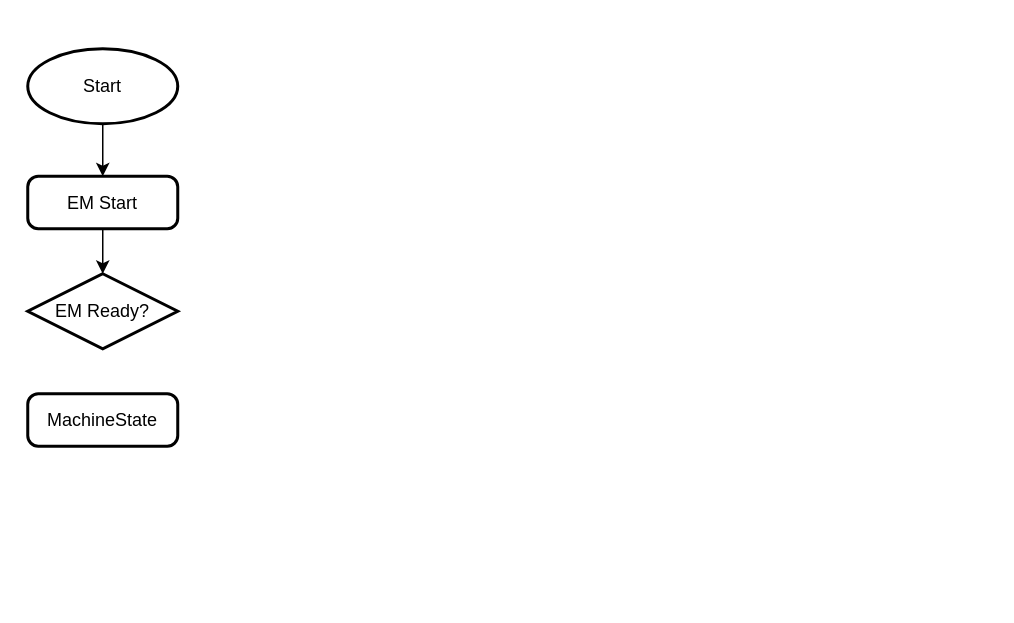
This is page "EM" (1 of 3) of AP.drawio from hehenihao/chart, a draw.io file, before an edit. Source tidied: cells renumbered, new cells numbered last; positions are measured from the earlier drawing's top-left corner, leaving out a move shared by most shapes. Both pictures are drawn from the tidied source at 150%, with x=0, y=0 at pixel (27, 48).
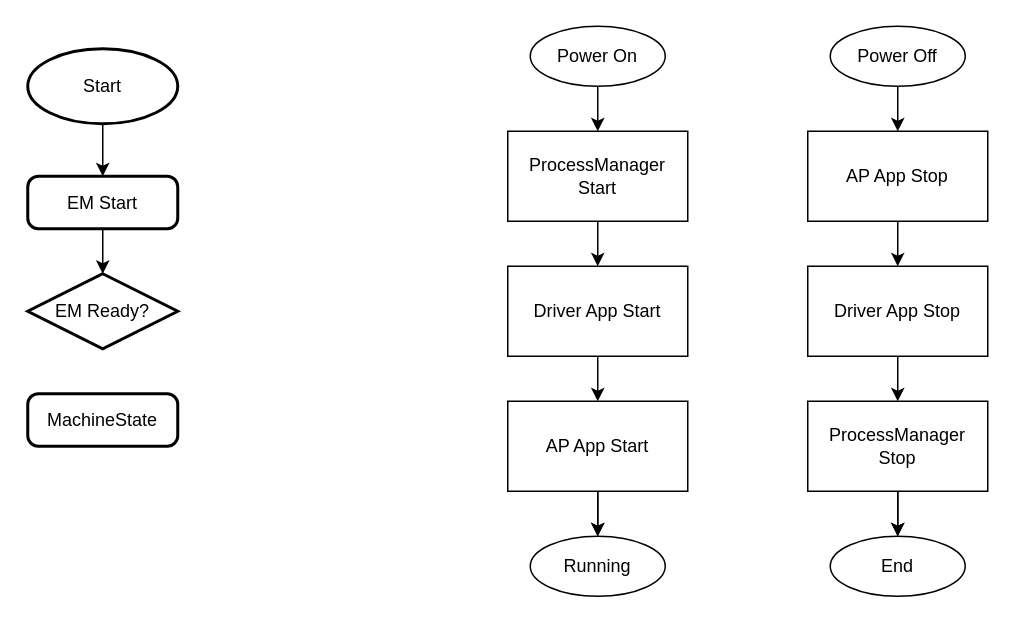
The same diagram, later.

Change to the diagram source:
```diff
@@
+    <mxCell id="8" style="edgeStyle=orthogonalEdgeStyle;rounded=0;jettySize=auto;html=1;" parent="1" edge="1" source="9" target="11">
+      <mxGeometry relative="1" as="geometry" />
+    </mxCell>
+    <mxCell id="9" value="Power On" style="ellipse;whiteSpace=wrap;html=1;" parent="1" vertex="1">
+      <mxGeometry x="335" y="-15" width="90" height="40" as="geometry" />
+    </mxCell>
+    <mxCell id="10" style="edgeStyle=orthogonalEdgeStyle;rounded=0;jettySize=auto;html=1;" parent="1" edge="1" source="11" target="13">
+      <mxGeometry relative="1" as="geometry" />
+    </mxCell>
+    <mxCell id="11" value="ProcessManager Start" style="rounded=0;whiteSpace=wrap;html=1;" parent="1" vertex="1">
+      <mxGeometry x="320" y="55" width="120" height="60" as="geometry" />
+    </mxCell>
+    <mxCell id="12" style="edgeStyle=orthogonalEdgeStyle;rounded=0;jettySize=auto;html=1;" parent="1" edge="1" source="13" target="16">
+      <mxGeometry relative="1" as="geometry" />
+    </mxCell>
+    <mxCell id="13" value="Driver App Start" style="rounded=0;whiteSpace=wrap;html=1;" parent="1" vertex="1">
+      <mxGeometry x="320" y="145" width="120" height="60" as="geometry" />
+    </mxCell>
+    <mxCell id="14" style="edgeStyle=orthogonalEdgeStyle;rounded=0;jettySize=auto;html=1;" parent="1" edge="1" source="16" target="17">
+      <mxGeometry relative="1" as="geometry" />
+    </mxCell>
+    <mxCell id="15" style="edgeStyle=orthogonalEdgeStyle;rounded=0;jettySize=auto;html=1;" parent="1" edge="1" source="16" target="17">
+      <mxGeometry relative="1" as="geometry" />
+    </mxCell>
+    <mxCell id="16" value="AP App Start" style="rounded=0;whiteSpace=wrap;html=1;" parent="1" vertex="1">
+      <mxGeometry x="320" y="235" width="120" height="60" as="geometry" />
+    </mxCell>
+    <mxCell id="17" value="Running" style="ellipse;whiteSpace=wrap;html=1;" parent="1" vertex="1">
+      <mxGeometry x="335" y="325" width="90" height="40" as="geometry" />
+    </mxCell>
+    <mxCell id="18" style="edgeStyle=orthogonalEdgeStyle;rounded=0;jettySize=auto;html=1;" parent="1" edge="1" source="19" target="21">
+      <mxGeometry relative="1" as="geometry" />
+    </mxCell>
+    <mxCell id="19" value="Power Off" style="ellipse;whiteSpace=wrap;html=1;" parent="1" vertex="1">
+      <mxGeometry x="535" y="-15" width="90" height="40" as="geometry" />
+    </mxCell>
+    <mxCell id="20" style="edgeStyle=orthogonalEdgeStyle;rounded=0;jettySize=auto;html=1;" parent="1" edge="1" source="21" target="23">
+      <mxGeometry relative="1" as="geometry" />
+    </mxCell>
+    <mxCell id="21" value="AP App Stop" style="rounded=0;whiteSpace=wrap;html=1;" parent="1" vertex="1">
+      <mxGeometry x="520" y="55" width="120" height="60" as="geometry" />
+    </mxCell>
+    <mxCell id="22" style="edgeStyle=orthogonalEdgeStyle;rounded=0;jettySize=auto;html=1;" parent="1" edge="1" source="23" target="26">
+      <mxGeometry relative="1" as="geometry" />
+    </mxCell>
+    <mxCell id="23" value="Driver App Stop" style="rounded=0;whiteSpace=wrap;html=1;" parent="1" vertex="1">
+      <mxGeometry x="520" y="145" width="120" height="60" as="geometry" />
+    </mxCell>
+    <mxCell id="24" style="edgeStyle=orthogonalEdgeStyle;rounded=0;jettySize=auto;html=1;" parent="1" edge="1" source="26" target="27">
+      <mxGeometry relative="1" as="geometry" />
+    </mxCell>
+    <mxCell id="25" style="edgeStyle=orthogonalEdgeStyle;rounded=0;jettySize=auto;html=1;" parent="1" edge="1" source="26" target="27">
+      <mxGeometry relative="1" as="geometry" />
+    </mxCell>
+    <mxCell id="26" value="ProcessManager Stop" style="rounded=0;whiteSpace=wrap;html=1;" parent="1" vertex="1">
+      <mxGeometry x="520" y="235" width="120" height="60" as="geometry" />
+    </mxCell>
+    <mxCell id="27" value="End" style="ellipse;whiteSpace=wrap;html=1;" parent="1" vertex="1">
+      <mxGeometry x="535" y="325" width="90" height="40" as="geometry" />
+    </mxCell>
```
